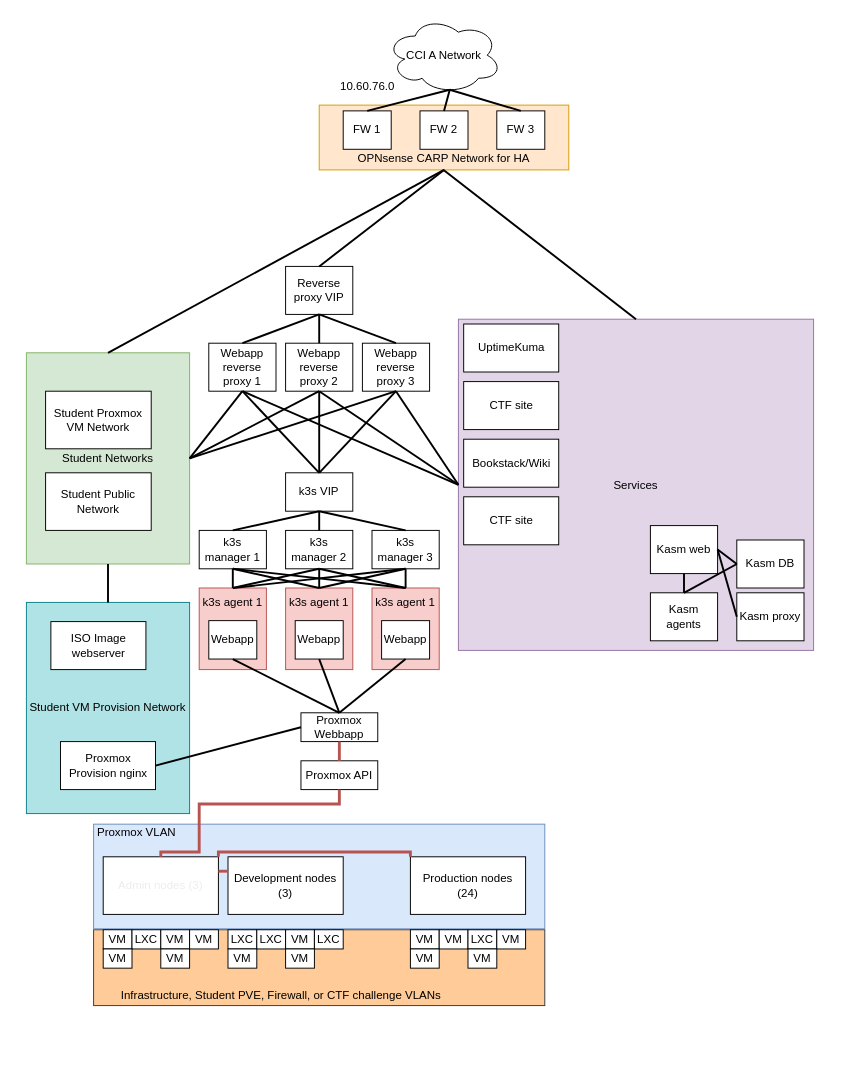
The draw.io diagram page "Flow Diagram" (3 of 4) of diagrams/diagram.drawio in Daniel-Tomov/Cloud, before the edit. Source tidied: cells renumbered, new cells numbered last; positions are measured from the earlier drawing's top-left corner, leaving out a move shared by most shapes. Both pictures are drawn from the tidied source at 96%, with x=0, y=0 at pixel (26, 16).
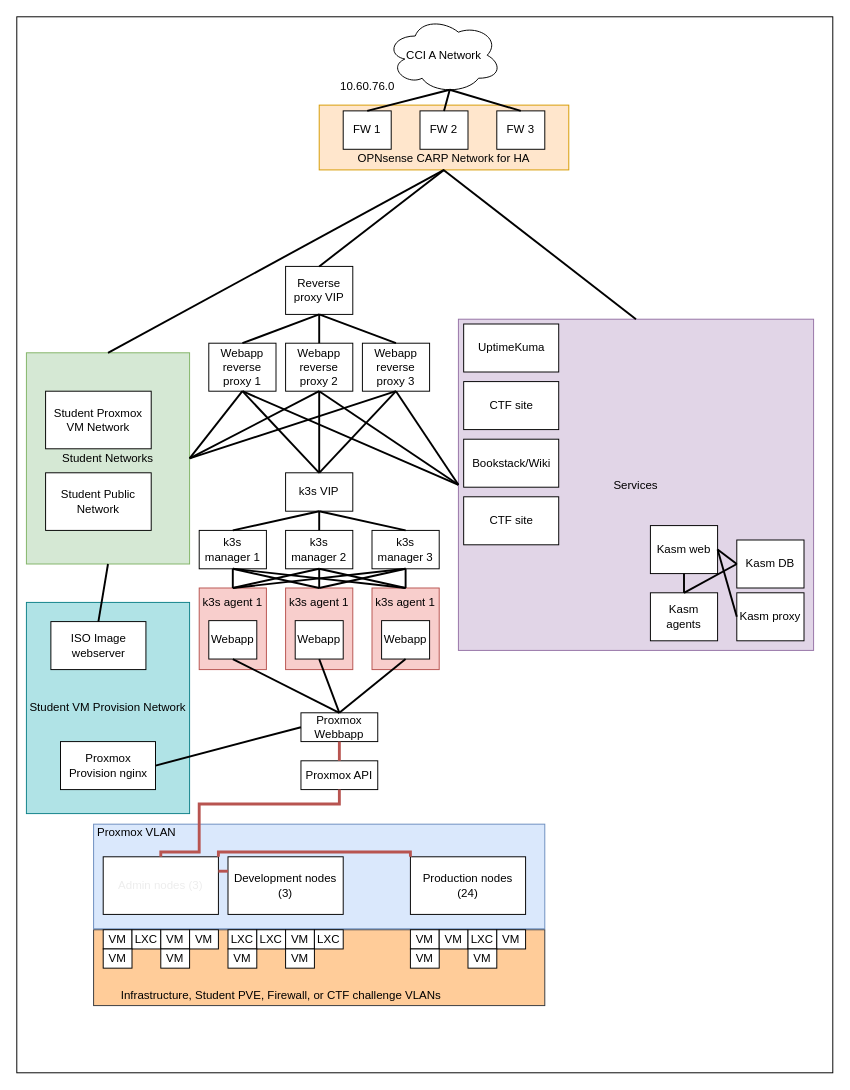
After the change.

Unchanged cells that the change refers to:
```xml
<mxCell id="3" value="Student Networks" style="rounded=0;whiteSpace=wrap;html=1;fillColor=#d5e8d4;strokeColor=#82b366;" parent="1" vertex="1">
  <mxGeometry y="350" width="170" height="220" as="geometry" />
</mxCell>
<mxCell id="99" value="Student VM Provision Network" style="rounded=0;whiteSpace=wrap;html=1;fillColor=#b0e3e6;strokeColor=#0e8088;" parent="1" vertex="1">
  <mxGeometry y="610" width="170" height="220" as="geometry" />
</mxCell>
<mxCell id="100" value="ISO Image webserver" style="rounded=0;whiteSpace=wrap;html=1;" parent="1" vertex="1">
  <mxGeometry x="25.5" y="630" width="99" height="50" as="geometry" />
</mxCell>
```

What changed in the source:
```diff
@@
+    <mxCell id="107" style="rounded=0;whiteSpace=wrap;html=1;" parent="1" vertex="1">
+      <mxGeometry x="-10" width="850" height="1100" as="geometry" />
+    </mxCell>
@@
-    <mxCell id="101" style="endArrow=none;html=1;rounded=0;entryX=0.5;entryY=0;entryDx=0;entryDy=0;exitX=0.5;exitY=1;exitDx=0;exitDy=0;strokeWidth=2;" parent="1" edge="1" source="3" target="99">
+    <mxCell id="101" style="endArrow=none;html=1;rounded=0;entryX=0.5;entryY=0;entryDx=0;entryDy=0;exitX=0.5;exitY=1;exitDx=0;exitDy=0;strokeWidth=2;" parent="1" edge="1" source="3" target="100">
       <mxGeometry relative="1" as="geometry" />
     </mxCell>
```
